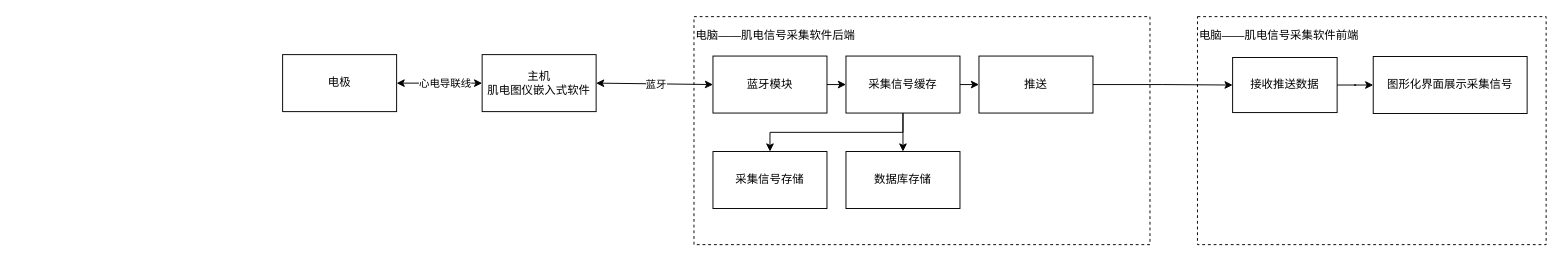
The draw.io diagram 概念设计-系统构思-结构框图.drawio in yz360307/draw, before the edit. Source tidied: cells renumbered, new cells numbered last; positions are measured from the earlier drawing's top-left corner, leaving out a move shared by most shapes. Both pictures are drawn from the tidied source at 95%, with x=0, y=0 at pixel (282, 16).
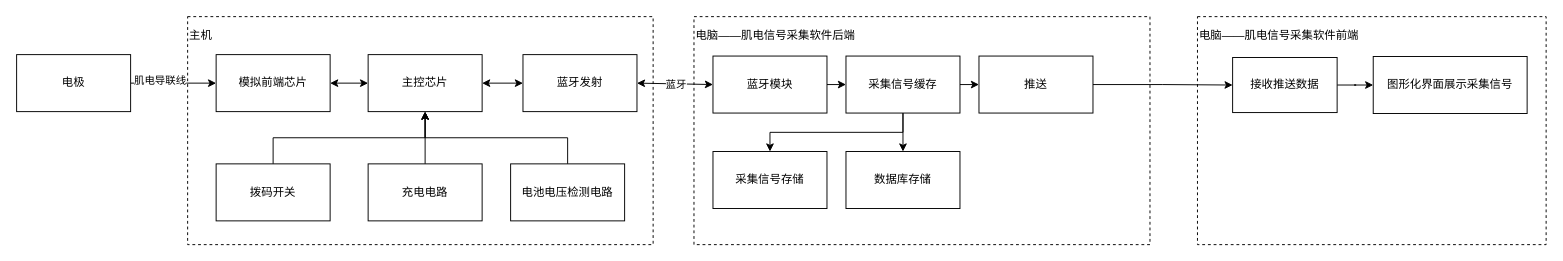
After the change.

Commit message:
更新概念设计-系统构思-结构框图.drawio

The change refers to these unchanged cells:
```xml
<mxCell id="9" value="蓝牙模块" style="rounded=0;whiteSpace=wrap;html=1;" parent="1" vertex="1">
  <mxGeometry x="453" y="41.5" width="120" height="60" as="geometry" />
</mxCell>
```

Diff of the diagram source:
```diff
@@
+    <mxCell id="23" value="主机&lt;br&gt;&lt;div align=&quot;left&quot;&gt;&lt;br&gt;&lt;/div&gt;&lt;div align=&quot;left&quot;&gt;&lt;br&gt;&lt;/div&gt;&lt;div align=&quot;left&quot;&gt;&lt;br&gt;&lt;/div&gt;&lt;div align=&quot;left&quot;&gt;&lt;br&gt;&lt;/div&gt;&lt;div align=&quot;left&quot;&gt;&lt;br&gt;&lt;/div&gt;&lt;div align=&quot;left&quot;&gt;&lt;br&gt;&lt;/div&gt;&lt;div align=&quot;left&quot;&gt;&lt;br&gt;&lt;/div&gt;&lt;div align=&quot;left&quot;&gt;&lt;br&gt;&lt;/div&gt;&lt;div align=&quot;left&quot;&gt;&lt;br&gt;&lt;/div&gt;&lt;div align=&quot;left&quot;&gt;&lt;br&gt;&lt;/div&gt;&lt;div align=&quot;left&quot;&gt;&lt;br&gt;&lt;/div&gt;&lt;div align=&quot;left&quot;&gt;&lt;br&gt;&lt;/div&gt;&lt;div align=&quot;left&quot;&gt;&lt;br&gt;&lt;/div&gt;&lt;div align=&quot;left&quot;&gt;&lt;br&gt;&lt;/div&gt;" style="whiteSpace=wrap;html=1;rounded=0;dashed=1;align=left;fillColor=default;" parent="1" vertex="1">
+      <mxGeometry x="-100" width="490" height="240" as="geometry" />
+    </mxCell>
@@
+    <mxCell id="24" style="edgeStyle=orthogonalEdgeStyle;rounded=0;jettySize=auto;html=1;entryX=0;entryY=0.5;entryDx=0;entryDy=0;" parent="1" edge="1" source="3" target="27">
+      <mxGeometry relative="1" as="geometry" />
+    </mxCell>
+    <mxCell id="25" value="肌电导联线" style="edgeLabel;html=1;align=center;verticalAlign=middle;" parent="24" vertex="1">
+      <mxGeometry x="-0.33" y="4" relative="1" as="geometry" />
+    </mxCell>
     <mxCell id="3" value="&lt;div&gt;电极&lt;/div&gt;" style="rounded=0;whiteSpace=wrap;html=1;" parent="1" vertex="1">
-      <mxGeometry y="40" width="120" height="60" as="geometry" />
+      <mxGeometry x="-280" y="40" width="120" height="60" as="geometry" />
     </mxCell>
-    <mxCell id="4" value="&lt;div&gt;主机&lt;/div&gt;&lt;div&gt;肌电图仪嵌入式软件&lt;br&gt;&lt;/div&gt;" style="whiteSpace=wrap;html=1;rounded=0;" parent="1" vertex="1">
-      <mxGeometry x="210" y="40" width="120" height="60" as="geometry" />
-    </mxCell>
-    <mxCell id="5" style="endArrow=classic;startArrow=classic;html=1;rounded=0;entryX=0;entryY=0.5;entryDx=0;entryDy=0;exitX=1;exitY=0.5;exitDx=0;exitDy=0;" parent="1" edge="1" source="3" target="4">
-      <mxGeometry relative="1" as="geometry" />
-    </mxCell>
-    <mxCell id="6" value="心电导联线" style="edgeLabel;html=1;align=center;verticalAlign=middle;" parent="5" vertex="1">
-      <mxGeometry x="0.16" y="1" relative="1" as="geometry">
-        <mxPoint x="-2" y="1" as="offset" />
-      </mxGeometry>
-    </mxCell>
@@
-    <mxCell id="18" style="endArrow=classic;startArrow=classic;html=1;rounded=0;entryX=0;entryY=0.5;entryDx=0;entryDy=0;exitX=1;exitY=0.5;exitDx=0;exitDy=0;" parent="1" edge="1" source="4" target="9">
+    <mxCell id="18" style="endArrow=classic;startArrow=classic;html=1;rounded=0;entryX=0;entryY=0.5;entryDx=0;entryDy=0;exitX=1;exitY=0.5;exitDx=0;exitDy=0;" parent="1" edge="1" source="34" target="9">
       <mxGeometry relative="1" as="geometry" />
     </mxCell>
@@
+    <mxCell id="26" value="主控芯片" style="rounded=0;whiteSpace=wrap;html=1;" parent="1" vertex="1">
+      <mxGeometry x="90" y="40" width="120" height="60" as="geometry" />
+    </mxCell>
+    <mxCell id="27" value="模拟前端芯片" style="rounded=0;whiteSpace=wrap;html=1;" parent="1" vertex="1">
+      <mxGeometry x="-70" y="40" width="120" height="60" as="geometry" />
+    </mxCell>
+    <mxCell id="28" style="edgeStyle=orthogonalEdgeStyle;rounded=0;jettySize=auto;html=1;entryX=0.5;entryY=1;entryDx=0;entryDy=0;exitX=0.5;exitY=0;exitDx=0;exitDy=0;" parent="1" edge="1" source="29" target="26">
+      <mxGeometry relative="1" as="geometry" />
+    </mxCell>
+    <mxCell id="29" value="拨码开关" style="rounded=0;whiteSpace=wrap;html=1;" parent="1" vertex="1">
+      <mxGeometry x="-70" y="155" width="120" height="60" as="geometry" />
+    </mxCell>
+    <mxCell id="30" style="edgeStyle=orthogonalEdgeStyle;rounded=0;jettySize=auto;html=1;exitX=0.5;exitY=0;exitDx=0;exitDy=0;entryX=0.5;entryY=1;entryDx=0;entryDy=0;" parent="1" edge="1" source="31" target="26">
+      <mxGeometry relative="1" as="geometry" />
+    </mxCell>
+    <mxCell id="31" value="充电电路" style="rounded=0;whiteSpace=wrap;html=1;" parent="1" vertex="1">
+      <mxGeometry x="90" y="155" width="120" height="60" as="geometry" />
+    </mxCell>
+    <mxCell id="32" style="edgeStyle=orthogonalEdgeStyle;rounded=0;jettySize=auto;html=1;entryX=0.5;entryY=1;entryDx=0;entryDy=0;exitX=0.5;exitY=0;exitDx=0;exitDy=0;" parent="1" edge="1" source="33" target="26">
+      <mxGeometry relative="1" as="geometry" />
+    </mxCell>
+    <mxCell id="33" value="电池电压检测电路" style="rounded=0;whiteSpace=wrap;html=1;" parent="1" vertex="1">
+      <mxGeometry x="240" y="155" width="120" height="60" as="geometry" />
+    </mxCell>
+    <mxCell id="34" value="蓝牙发射" style="rounded=0;whiteSpace=wrap;html=1;" parent="1" vertex="1">
+      <mxGeometry x="253" y="40" width="120" height="60" as="geometry" />
+    </mxCell>
+    <mxCell id="35" style="endArrow=classic;startArrow=classic;html=1;rounded=0;entryX=0;entryY=0.5;entryDx=0;entryDy=0;" parent="1" edge="1" source="27" target="26">
+      <mxGeometry relative="1" as="geometry" />
+    </mxCell>
+    <mxCell id="36" style="endArrow=classic;startArrow=classic;html=1;rounded=0;entryX=0;entryY=0.5;entryDx=0;entryDy=0;" parent="1" edge="1" source="26" target="34">
+      <mxGeometry relative="1" as="geometry" />
+    </mxCell>
```
